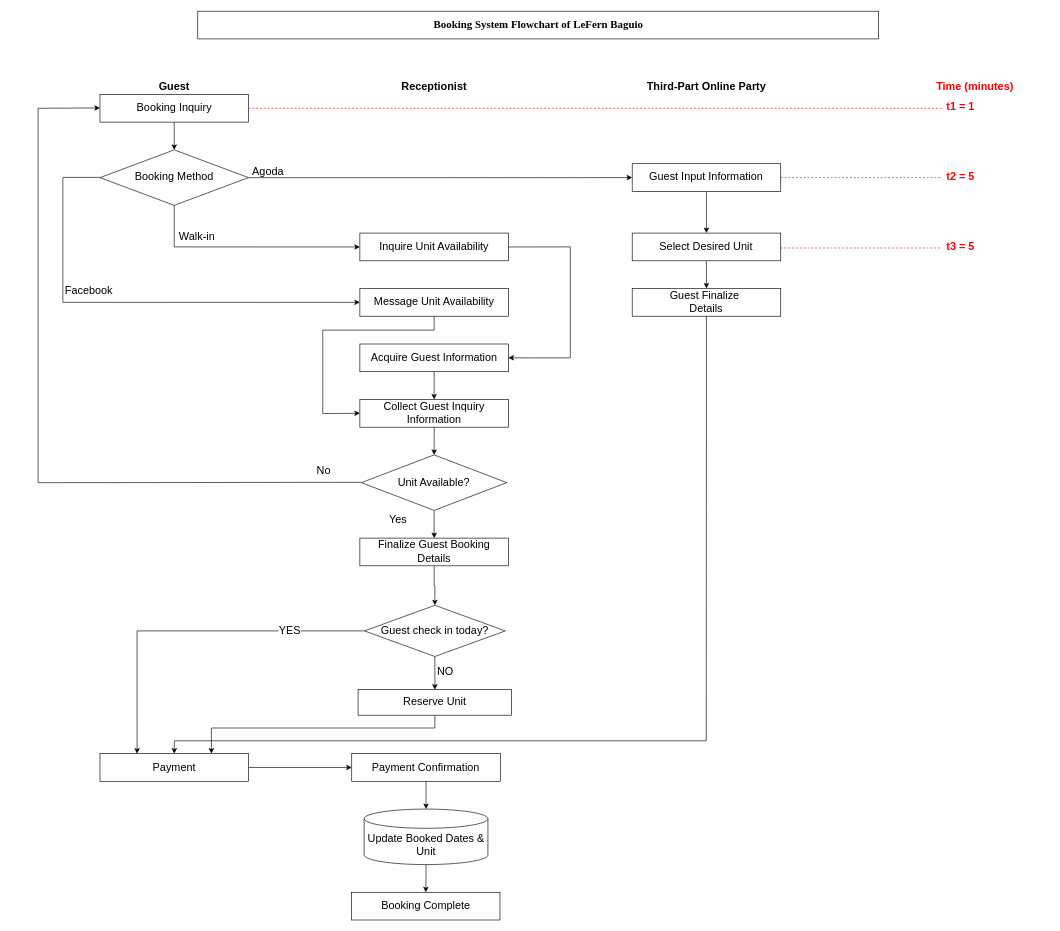
The draw.io diagram CC13/LeFernSystemFlowchartUpdated.drawio in doyaoencab/draw.io, before the edit. Source tidied: cells renumbered, new cells numbered last; positions are measured from the earlier drawing's top-left corner, leaving out a move shared by most shapes. Both pictures are drawn from the tidied source at 64%, with x=0, y=0 at pixel (38, 11).
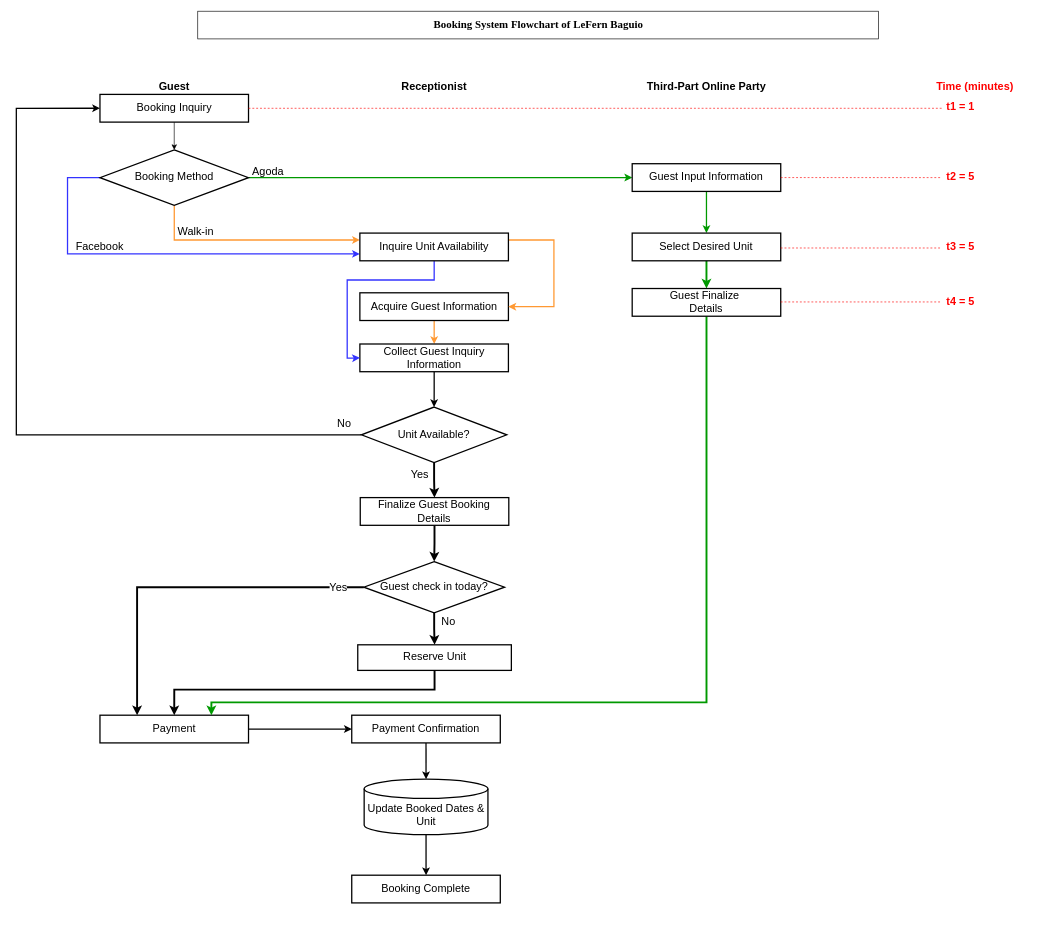
The same page after the edit.

Change to the diagram source:
```diff
@@
-    <mxCell id="2" style="edgeStyle=orthogonalEdgeStyle;rounded=0;jettySize=auto;html=1;fontSize=17;" parent="1" edge="1" source="3" target="4">
+    <mxCell id="2" style="edgeStyle=orthogonalEdgeStyle;rounded=0;jettySize=auto;html=1;fontSize=17;strokeWidth=2;" parent="1" edge="1" source="3" target="4">
       <mxGeometry relative="1" as="geometry" />
     </mxCell>
-    <mxCell id="3" value="Payment" style="whiteSpace=wrap;html=1;fontSize=17;" parent="1" vertex="1">
-      <mxGeometry x="96.7" y="1160" width="232.1" height="43.3" as="geometry" />
+    <mxCell id="3" value="Payment" style="whiteSpace=wrap;html=1;fontSize=17;strokeWidth=2;" parent="1" vertex="1">
+      <mxGeometry x="96.7" y="1100" width="232.1" height="43.3" as="geometry" />
     </mxCell>
-    <mxCell id="4" value="Payment Confirmation" style="whiteSpace=wrap;html=1;fontSize=17;" parent="1" vertex="1">
-      <mxGeometry x="490.1" y="1160" width="232.1" height="43.3" as="geometry" />
+    <mxCell id="4" value="Payment Confirmation" style="whiteSpace=wrap;html=1;fontSize=17;strokeWidth=2;" parent="1" vertex="1">
+      <mxGeometry x="490.1" y="1100" width="232.1" height="43.3" as="geometry" />
     </mxCell>
-    <mxCell id="5" style="edgeStyle=orthogonalEdgeStyle;rounded=0;jettySize=auto;html=1;fontSize=17;" parent="1" edge="1" source="6" target="8">
+    <mxCell id="5" style="edgeStyle=orthogonalEdgeStyle;rounded=0;jettySize=auto;html=1;fontSize=17;strokeWidth=2;" parent="1" edge="1" source="6" target="8">
       <mxGeometry relative="1" as="geometry" />
     </mxCell>
-    <mxCell id="6" value="Update Booked Dates &amp;amp; Unit" style="shape=cylinder3;whiteSpace=wrap;html=1;boundedLbl=1;backgroundOutline=1;size=15;fontSize=17;" parent="1" vertex="1">
-      <mxGeometry x="509.5" y="1246.7" width="193.4" height="86.7" as="geometry" />
+    <mxCell id="6" value="Update Booked Dates &amp;amp; Unit" style="shape=cylinder3;whiteSpace=wrap;html=1;boundedLbl=1;backgroundOutline=1;size=15;fontSize=17;strokeWidth=2;" parent="1" vertex="1">
+      <mxGeometry x="509.5" y="1200" width="193.4" height="86.7" as="geometry" />
     </mxCell>
-    <mxCell id="7" style="edgeStyle=none;jettySize=auto;html=1;rounded=0;entryX=0.5;entryY=0;entryDx=0;entryDy=0;entryPerimeter=0;exitX=0.5;exitY=1;exitDx=0;exitDy=0;fontSize=17;" parent="1" edge="1" source="4" target="6">
+    <mxCell id="7" style="edgeStyle=none;jettySize=auto;html=1;rounded=0;entryX=0.5;entryY=0;entryDx=0;entryDy=0;entryPerimeter=0;exitX=0.5;exitY=1;exitDx=0;exitDy=0;fontSize=17;strokeWidth=2;" parent="1" edge="1" source="4" target="6">
       <mxGeometry relative="1" as="geometry" />
     </mxCell>
-    <mxCell id="8" value="Booking Complete" style="whiteSpace=wrap;html=1;fontSize=17;" parent="1" vertex="1">
-      <mxGeometry x="489.6" y="1376.7" width="232.1" height="43.3" as="geometry" />
+    <mxCell id="8" value="Booking Complete" style="whiteSpace=wrap;html=1;fontSize=17;strokeWidth=2;" parent="1" vertex="1">
+      <mxGeometry x="490.1" y="1350" width="232.1" height="43.3" as="geometry" />
     </mxCell>
@@
-    <mxCell id="15" value="Booking Inquiry" style="whiteSpace=wrap;html=1;fontSize=17;" parent="1" vertex="1">
+    <mxCell id="15" value="Booking Inquiry" style="whiteSpace=wrap;html=1;fontSize=17;strokeWidth=2;" parent="1" vertex="1">
       <mxGeometry x="96.7" y="130" width="232.1" height="43.3" as="geometry" />
     </mxCell>
-    <mxCell id="16" style="edgeStyle=orthogonalEdgeStyle;rounded=0;jettySize=auto;html=1;fontSize=17;" parent="1" edge="1" source="17" target="19">
+    <mxCell id="16" style="edgeStyle=orthogonalEdgeStyle;rounded=0;jettySize=auto;html=1;fontSize=17;strokeColor=#009900;strokeWidth=2;" parent="1" edge="1" source="17" target="19">
       <mxGeometry relative="1" as="geometry" />
     </mxCell>
+    <mxCell id="69" style="edgeStyle=orthogonalEdgeStyle;rounded=0;jettySize=auto;html=1;entryX=0;entryY=0.75;entryDx=0;entryDy=0;strokeColor=#3333FF;strokeWidth=2;" parent="1" edge="1" source="17" target="44">
+      <mxGeometry relative="1" as="geometry">
+        <Array as="points">
+          <mxPoint x="46" y="260" />
+          <mxPoint x="46" y="379" />
+        </Array>
+      </mxGeometry>
+    </mxCell>
+    <mxCell id="70" style="edgeStyle=orthogonalEdgeStyle;rounded=0;jettySize=auto;html=1;entryX=0;entryY=0.25;entryDx=0;entryDy=0;strokeColor=light-dark(#FF9933,#EDEDED);strokeWidth=2;" parent="1" edge="1" source="17" target="44">
+      <mxGeometry relative="1" as="geometry">
+        <Array as="points">
+          <mxPoint x="213" y="357" />
+        </Array>
+      </mxGeometry>
+    </mxCell>
-    <mxCell id="17" value="Booking Method" style="rhombus;whiteSpace=wrap;html=1;fontSize=17;" parent="1" vertex="1">
+    <mxCell id="17" value="Booking Method" style="rhombus;whiteSpace=wrap;html=1;fontSize=17;strokeWidth=2;" parent="1" vertex="1">
       <mxGeometry x="96.7" y="216.7" width="232.1" height="86.7" as="geometry" />
     </mxCell>
-    <mxCell id="18" style="edgeStyle=orthogonalEdgeStyle;rounded=0;jettySize=auto;html=1;fontSize=17;" parent="1" edge="1" source="19" target="21">
+    <mxCell id="18" style="edgeStyle=orthogonalEdgeStyle;rounded=0;jettySize=auto;html=1;fontSize=17;strokeWidth=2;strokeColor=#009900;" parent="1" edge="1" source="19" target="21">
       <mxGeometry relative="1" as="geometry" />
     </mxCell>
-    <mxCell id="19" value="Guest Input Information" style="whiteSpace=wrap;html=1;fontSize=17;" parent="1" vertex="1">
+    <mxCell id="19" value="Guest Input Information" style="whiteSpace=wrap;html=1;fontSize=17;strokeWidth=2;" parent="1" vertex="1">
       <mxGeometry x="928.3" y="238.3" width="232.1" height="43.3" as="geometry" />
     </mxCell>
-    <mxCell id="20" style="edgeStyle=orthogonalEdgeStyle;rounded=0;jettySize=auto;html=1;fontSize=17;" parent="1" edge="1" source="21" target="22">
+    <mxCell id="20" style="edgeStyle=orthogonalEdgeStyle;rounded=0;jettySize=auto;html=1;fontSize=17;strokeWidth=3;strokeColor=#009900;" parent="1" edge="1" source="21" target="22">
       <mxGeometry relative="1" as="geometry" />
     </mxCell>
-    <mxCell id="21" value="Select Desired Unit" style="whiteSpace=wrap;html=1;fontSize=17;" parent="1" vertex="1">
+    <mxCell id="21" value="Select Desired Unit" style="whiteSpace=wrap;html=1;fontSize=17;strokeWidth=2;" parent="1" vertex="1">
       <mxGeometry x="928.3" y="346.7" width="232.1" height="43.3" as="geometry" />
     </mxCell>
+    <mxCell id="71" style="edgeStyle=orthogonalEdgeStyle;rounded=0;jettySize=auto;html=1;entryX=0.75;entryY=0;entryDx=0;entryDy=0;strokeWidth=3;strokeColor=#009900;" parent="1" edge="1" source="22" target="3">
+      <mxGeometry relative="1" as="geometry">
+        <Array as="points">
+          <mxPoint x="1044" y="1080" />
+          <mxPoint x="271" y="1080" />
+        </Array>
+      </mxGeometry>
+    </mxCell>
-    <mxCell id="22" value="Guest Finalize&amp;nbsp;&lt;div&gt;Details&lt;/div&gt;" style="whiteSpace=wrap;html=1;fontSize=17;" parent="1" vertex="1">
+    <mxCell id="22" value="Guest Finalize&amp;nbsp;&lt;div&gt;Details&lt;/div&gt;" style="whiteSpace=wrap;html=1;fontSize=17;strokeWidth=2;" parent="1" vertex="1">
       <mxGeometry x="928.3" y="433.3" width="232.1" height="43.3" as="geometry" />
     </mxCell>
-    <mxCell id="23" style="endArrow=none;html=1;rounded=0;entryX=0.5;entryY=1;entryDx=0;entryDy=0;fontSize=17;" parent="1" edge="1" target="17">
-      <mxGeometry relative="1" as="geometry">
-        <mxPoint x="212.7" y="368.3" as="sourcePoint" />
-      </mxGeometry>
-    </mxCell>
-    <mxCell id="24" style="edgeStyle=none;jettySize=auto;html=1;rounded=0;entryX=0;entryY=0.5;entryDx=0;entryDy=0;fontSize=17;" parent="1" edge="1" target="25">
-      <mxGeometry relative="1" as="geometry">
-        <mxPoint x="212.7" y="368.3" as="sourcePoint" />
-      </mxGeometry>
-    </mxCell>
-    <mxCell id="25" value="Inquire Unit Availability" style="whiteSpace=wrap;html=1;fontSize=17;" parent="1" vertex="1">
-      <mxGeometry x="502.8" y="346.7" width="232.1" height="43.3" as="geometry" />
-    </mxCell>
@@
     <mxCell id="27" value="Walk-in" style="text;html=1;align=center;verticalAlign=middle;strokeColor=none;fillColor=none;fontSize=17;" parent="1" vertex="1">
-      <mxGeometry x="207.7" y="337.8" width="80" height="30" as="geometry" />
+      <mxGeometry x="206" y="330" width="80" height="30" as="geometry" />
     </mxCell>
-    <mxCell id="28" style="endArrow=none;html=1;rounded=0;fontSize=17;" parent="1" edge="1">
-      <mxGeometry relative="1" as="geometry">
-        <mxPoint x="38.7" y="259.7" as="sourcePoint" />
-        <mxPoint x="96.7" y="259.7" as="targetPoint" />
-      </mxGeometry>
-    </mxCell>
-    <mxCell id="29" style="endArrow=none;html=1;rounded=0;fontSize=17;" parent="1" edge="1">
-      <mxGeometry relative="1" as="geometry">
-        <mxPoint x="38.7" y="260" as="sourcePoint" />
-        <mxPoint x="38.7" y="455" as="targetPoint" />
-      </mxGeometry>
-    </mxCell>
-    <mxCell id="30" style="edgeStyle=none;jettySize=auto;html=1;rounded=0;fontSize=17;" parent="1" edge="1" source="44">
-      <mxGeometry relative="1" as="geometry">
-        <mxPoint x="734.9" y="464.8" as="targetPoint" />
-      </mxGeometry>
-    </mxCell>
     <mxCell id="31" value="Facebook" style="text;html=1;align=center;verticalAlign=middle;strokeColor=none;fillColor=none;fontSize=17;" parent="1" vertex="1">
-      <mxGeometry x="28.7" y="422.5" width="100" height="30" as="geometry" />
+      <mxGeometry x="46" y="353.3" width="100" height="30" as="geometry" />
     </mxCell>
-    <mxCell id="32" style="edgeStyle=orthogonalEdgeStyle;rounded=0;jettySize=auto;html=1;fontSize=17;" parent="1" edge="1" source="33" target="38">
+    <mxCell id="32" style="edgeStyle=orthogonalEdgeStyle;rounded=0;jettySize=auto;html=1;fontSize=17;strokeWidth=2;strokeColor=#FF9933;" parent="1" edge="1" source="33" target="38">
       <mxGeometry relative="1" as="geometry" />
     </mxCell>
-    <mxCell id="33" value="Acquire Guest Information" style="whiteSpace=wrap;html=1;fontSize=17;" parent="1" vertex="1">
-      <mxGeometry x="502.8" y="520" width="232.1" height="43.3" as="geometry" />
+    <mxCell id="33" value="Acquire Guest Information" style="whiteSpace=wrap;html=1;fontSize=17;strokeWidth=2;" parent="1" vertex="1">
+      <mxGeometry x="502.8" y="440" width="232.1" height="43.3" as="geometry" />
     </mxCell>
-    <mxCell id="34" style="endArrow=none;html=1;rounded=0;exitX=1;exitY=0.5;exitDx=0;exitDy=0;fontSize=17;" parent="1" edge="1" source="25">
-      <mxGeometry relative="1" as="geometry">
-        <mxPoint x="831.6" y="368.3" as="targetPoint" />
-      </mxGeometry>
-    </mxCell>
-    <mxCell id="35" style="endArrow=none;html=1;rounded=0;fontSize=17;" parent="1" edge="1">
-      <mxGeometry relative="1" as="geometry">
-        <mxPoint x="831.6" y="541.7" as="sourcePoint" />
-        <mxPoint x="831.6" y="368.3" as="targetPoint" />
-      </mxGeometry>
-    </mxCell>
-    <mxCell id="36" style="edgeStyle=none;jettySize=auto;html=1;rounded=0;entryX=1;entryY=0.5;entryDx=0;entryDy=0;fontSize=17;" parent="1" edge="1" target="33">
-      <mxGeometry relative="1" as="geometry">
-        <mxPoint x="831.6" y="541.7" as="sourcePoint" />
-      </mxGeometry>
-    </mxCell>
-    <mxCell id="37" style="edgeStyle=orthogonalEdgeStyle;rounded=0;jettySize=auto;html=1;fontSize=17;" parent="1" edge="1" source="38" target="48">
+    <mxCell id="37" style="edgeStyle=orthogonalEdgeStyle;rounded=0;jettySize=auto;html=1;fontSize=17;strokeWidth=2;" parent="1" edge="1" source="38" target="48">
       <mxGeometry relative="1" as="geometry" />
     </mxCell>
-    <mxCell id="38" value="Collect Guest Inquiry Information" style="whiteSpace=wrap;html=1;fontSize=17;" parent="1" vertex="1">
-      <mxGeometry x="502.8" y="606.7" width="232.1" height="43.3" as="geometry" />
+    <mxCell id="38" value="Collect Guest Inquiry Information" style="whiteSpace=wrap;html=1;fontSize=17;strokeWidth=2;" parent="1" vertex="1">
+      <mxGeometry x="502.8" y="520" width="232.1" height="43.3" as="geometry" />
     </mxCell>
-    <mxCell id="39" style="endArrow=none;html=1;rounded=0;exitX=0.5;exitY=1;exitDx=0;exitDy=0;fontSize=17;" parent="1" edge="1" source="44">
-      <mxGeometry relative="1" as="geometry">
-        <mxPoint x="618.8" y="498.3" as="targetPoint" />
-      </mxGeometry>
-    </mxCell>
-    <mxCell id="40" style="edgeStyle=none;orthogonalLoop=1;jettySize=auto;html=1;rounded=0;fontSize=17;" parent="1" edge="1">
-      <mxGeometry relative="1" as="geometry">
-        <mxPoint x="444.8" y="628.7" as="sourcePoint" />
-        <mxPoint x="502.8" y="628.3" as="targetPoint" />
-      </mxGeometry>
-    </mxCell>
-    <mxCell id="41" style="endArrow=none;html=1;rounded=0;entryX=0.5;entryY=1;entryDx=0;entryDy=0;fontSize=17;" parent="1" edge="1" target="22">
-      <mxGeometry relative="1" as="geometry">
-        <mxPoint x="1044.3" y="628.3" as="sourcePoint" />
-      </mxGeometry>
-    </mxCell>
-    <mxCell id="42" style="edgeStyle=none;jettySize=auto;html=1;rounded=0;entryX=0.5;entryY=0;entryDx=0;entryDy=0;fontSize=17;" parent="1" edge="1" target="3">
-      <mxGeometry relative="1" as="geometry">
-        <mxPoint x="1044.3" y="628.3" as="sourcePoint" />
-        <Array as="points">
-          <mxPoint x="1044" y="1140" />
-          <mxPoint x="630" y="1140" />
-          <mxPoint x="420" y="1140" />
-          <mxPoint x="213" y="1140" />
-        </Array>
-      </mxGeometry>
-    </mxCell>
-    <mxCell id="43" style="edgeStyle=none;jettySize=auto;html=1;rounded=0;fontSize=17;" parent="1" edge="1" target="44">
-      <mxGeometry relative="1" as="geometry">
-        <mxPoint x="38.7" y="455" as="sourcePoint" />
-      </mxGeometry>
-    </mxCell>
+    <mxCell id="72" style="edgeStyle=orthogonalEdgeStyle;rounded=0;jettySize=auto;html=1;entryX=0;entryY=0.5;entryDx=0;entryDy=0;strokeWidth=2;strokeColor=#3333FF;" parent="1" edge="1" source="44" target="38">
+      <mxGeometry relative="1" as="geometry">
+        <Array as="points">
+          <mxPoint x="619" y="420" />
+          <mxPoint x="483" y="420" />
+          <mxPoint x="483" y="542" />
+          <mxPoint x="496" y="542" />
+        </Array>
+      </mxGeometry>
+    </mxCell>
+    <mxCell id="73" style="edgeStyle=orthogonalEdgeStyle;rounded=0;jettySize=auto;html=1;exitX=1;exitY=0.25;exitDx=0;exitDy=0;entryX=1;entryY=0.5;entryDx=0;entryDy=0;strokeColor=light-dark(#FF9933,#EDEDED);strokeWidth=2;" parent="1" edge="1" source="44" target="33">
+      <mxGeometry relative="1" as="geometry">
+        <Array as="points">
+          <mxPoint x="806" y="358" />
+          <mxPoint x="806" y="462" />
+        </Array>
+      </mxGeometry>
+    </mxCell>
-    <mxCell id="44" value="Message Unit Availability" style="whiteSpace=wrap;html=1;fontSize=17;" parent="1" vertex="1">
-      <mxGeometry x="502.8" y="433.3" width="232.1" height="43.3" as="geometry" />
+    <mxCell id="44" value="Inquire Unit Availability" style="whiteSpace=wrap;html=1;fontSize=17;strokeWidth=2;" parent="1" vertex="1">
+      <mxGeometry x="502.8" y="346.7" width="232.1" height="43.3" as="geometry" />
     </mxCell>
-    <mxCell id="45" style="endArrow=none;html=1;rounded=0;exitX=1;exitY=0.5;exitDx=0;exitDy=0;fontSize=17;" parent="1" edge="1">
-      <mxGeometry relative="1" as="geometry">
-        <mxPoint x="444.8" y="498.3" as="sourcePoint" />
-        <mxPoint x="618.8" y="498.3" as="targetPoint" />
-      </mxGeometry>
-    </mxCell>
-    <mxCell id="46" style="endArrow=none;html=1;rounded=0;entryX=0.5;entryY=1;entryDx=0;entryDy=0;fontSize=17;" parent="1" edge="1">
-      <mxGeometry relative="1" as="geometry">
-        <mxPoint x="444.8" y="628.3" as="sourcePoint" />
-        <mxPoint x="444.8" y="498.3" as="targetPoint" />
-      </mxGeometry>
-    </mxCell>
-    <mxCell id="47" style="edgeStyle=orthogonalEdgeStyle;rounded=0;jettySize=auto;html=1;fontSize=17;" parent="1" edge="1" source="48" target="54">
+    <mxCell id="47" style="edgeStyle=orthogonalEdgeStyle;rounded=0;jettySize=auto;html=1;fontSize=17;strokeWidth=3;" parent="1" edge="1" source="48" target="54">
       <mxGeometry relative="1" as="geometry" />
     </mxCell>
+    <mxCell id="74" style="edgeStyle=orthogonalEdgeStyle;rounded=0;jettySize=auto;html=1;entryX=0;entryY=0.5;entryDx=0;entryDy=0;strokeWidth=2;" parent="1" edge="1" source="48" target="15">
+      <mxGeometry relative="1" as="geometry">
+        <Array as="points">
+          <mxPoint x="-34" y="661" />
+          <mxPoint x="-34" y="152" />
+        </Array>
+      </mxGeometry>
+    </mxCell>
-    <mxCell id="48" value="Unit Available?" style="rhombus;whiteSpace=wrap;html=1;fontSize=17;" parent="1" vertex="1">
-      <mxGeometry x="505.2" y="693.3" width="227.2" height="86.7" as="geometry" />
+    <mxCell id="48" value="Unit Available?" style="rhombus;whiteSpace=wrap;html=1;fontSize=17;strokeWidth=2;" parent="1" vertex="1">
+      <mxGeometry x="505.2" y="618.5" width="227.2" height="86.7" as="geometry" />
     </mxCell>
-    <mxCell id="49" style="endArrow=none;html=1;rounded=0;fontSize=17;" parent="1" edge="1">
-      <mxGeometry relative="1" as="geometry">
-        <mxPoint y="736.7" as="sourcePoint" />
-        <mxPoint x="505.2" y="736.1" as="targetPoint" />
-      </mxGeometry>
-    </mxCell>
-    <mxCell id="50" style="endArrow=none;html=1;rounded=0;fontSize=17;" parent="1" edge="1">
-      <mxGeometry relative="1" as="geometry">
-        <mxPoint y="151.7" as="sourcePoint" />
-        <mxPoint y="736.7" as="targetPoint" />
-      </mxGeometry>
-    </mxCell>
-    <mxCell id="51" style="edgeStyle=none;orthogonalLoop=1;jettySize=auto;html=1;rounded=0;fontSize=17;" parent="1" edge="1">
-      <mxGeometry relative="1" as="geometry">
-        <mxPoint y="151.7" as="sourcePoint" />
-        <mxPoint x="96.7" y="151.1" as="targetPoint" />
-      </mxGeometry>
-    </mxCell>
-    <mxCell id="52" value="No" style="text;html=1;align=center;verticalAlign=middle;strokeColor=none;fillColor=none;fontSize=17;" parent="1" vertex="1">
-      <mxGeometry x="420.5" y="704.2" width="50" height="30" as="geometry" />
-    </mxCell>
-    <mxCell id="53" style="edgeStyle=orthogonalEdgeStyle;rounded=0;jettySize=auto;html=1;fontSize=17;" parent="1" edge="1" source="54" target="61">
+    <mxCell id="53" style="edgeStyle=orthogonalEdgeStyle;rounded=0;jettySize=auto;html=1;fontSize=17;strokeWidth=3;" parent="1" edge="1" source="54" target="61">
       <mxGeometry relative="1" as="geometry" />
     </mxCell>
-    <mxCell id="54" value="Finalize Guest Booking Details" style="whiteSpace=wrap;html=1;fontSize=17;" parent="1" vertex="1">
-      <mxGeometry x="502.8" y="823.3" width="232.1" height="43.3" as="geometry" />
+    <mxCell id="54" value="Finalize Guest Booking Details" style="whiteSpace=wrap;html=1;fontSize=17;strokeWidth=2;" parent="1" vertex="1">
+      <mxGeometry x="503.4" y="760" width="232.1" height="43.3" as="geometry" />
     </mxCell>
     <mxCell id="55" value="Yes" style="text;html=1;align=center;verticalAlign=middle;strokeColor=none;fillColor=none;fontSize=17;" parent="1" vertex="1">
-      <mxGeometry x="536.5" y="780" width="50" height="30" as="geometry" />
+      <mxGeometry x="571" y="710" width="50" height="30" as="geometry" />
     </mxCell>
@@
-    <mxCell id="58" style="edgeStyle=orthogonalEdgeStyle;rounded=0;jettySize=auto;html=1;entryX=0.25;entryY=0;entryDx=0;entryDy=0;fontSize=17;" parent="1" edge="1" source="61" target="3">
+    <mxCell id="58" style="edgeStyle=orthogonalEdgeStyle;rounded=0;jettySize=auto;html=1;entryX=0.25;entryY=0;entryDx=0;entryDy=0;fontSize=17;strokeWidth=3;" parent="1" edge="1" source="61" target="3">
       <mxGeometry relative="1" as="geometry" />
     </mxCell>
-    <mxCell id="59" value="YES" style="edgeLabel;html=1;align=center;verticalAlign=middle;fontSize=17;" parent="58" vertex="1">
+    <mxCell id="59" value="Yes" style="edgeLabel;html=1;align=center;verticalAlign=middle;fontSize=17;" parent="58" vertex="1">
       <mxGeometry x="-0.59" y="1" relative="1" as="geometry">
-        <mxPoint x="-6" y="-1" as="offset" />
+        <mxPoint x="74" y="-1" as="offset" />
       </mxGeometry>
     </mxCell>
-    <mxCell id="60" style="edgeStyle=orthogonalEdgeStyle;rounded=0;jettySize=auto;html=1;fontSize=17;" parent="1" edge="1" source="61" target="63">
+    <mxCell id="60" style="edgeStyle=orthogonalEdgeStyle;rounded=0;jettySize=auto;html=1;fontSize=17;strokeWidth=3;" parent="1" edge="1" source="61" target="63">
       <mxGeometry relative="1" as="geometry" />
     </mxCell>
-    <mxCell id="61" value="Guest check in today?" style="rhombus;whiteSpace=wrap;html=1;fontSize=17;" parent="1" vertex="1">
-      <mxGeometry x="510" y="928.3" width="220" height="80" as="geometry" />
+    <mxCell id="61" value="Guest check in today?" style="rhombus;whiteSpace=wrap;html=1;fontSize=17;strokeWidth=2;" parent="1" vertex="1">
+      <mxGeometry x="508.9" y="860" width="220" height="80" as="geometry" />
     </mxCell>
-    <mxCell id="62" style="edgeStyle=orthogonalEdgeStyle;rounded=0;jettySize=auto;html=1;entryX=0.75;entryY=0;entryDx=0;entryDy=0;exitX=0.5;exitY=1;exitDx=0;exitDy=0;fontSize=17;" parent="1" edge="1" source="63" target="3">
+    <mxCell id="62" style="edgeStyle=orthogonalEdgeStyle;rounded=0;jettySize=auto;html=1;entryX=0.5;entryY=0;entryDx=0;entryDy=0;exitX=0.5;exitY=1;exitDx=0;exitDy=0;fontSize=17;strokeWidth=3;" parent="1" edge="1" source="63" target="3">
       <mxGeometry relative="1" as="geometry">
         <Array as="points">
-          <mxPoint x="620" y="1120" />
-          <mxPoint x="271" y="1120" />
+          <mxPoint x="620" y="1060" />
+          <mxPoint x="213" y="1060" />
         </Array>
       </mxGeometry>
     </mxCell>
-    <mxCell id="63" value="Reserve Unit" style="whiteSpace=wrap;html=1;fontSize=17;" parent="1" vertex="1">
-      <mxGeometry x="500" y="1060" width="240" height="40" as="geometry" />
+    <mxCell id="63" value="Reserve Unit" style="whiteSpace=wrap;html=1;fontSize=17;strokeWidth=2;" parent="1" vertex="1">
+      <mxGeometry x="499.5" y="990" width="240" height="40" as="geometry" />
     </mxCell>
-    <mxCell id="64" value="NO" style="text;html=1;align=center;verticalAlign=middle;strokeColor=none;fillColor=none;fontSize=17;" parent="1" vertex="1">
-      <mxGeometry x="611" y="1018" width="50" height="30" as="geometry" />
+    <mxCell id="64" value="No" style="text;html=1;align=center;verticalAlign=middle;strokeColor=none;fillColor=none;fontSize=17;" parent="1" vertex="1">
+      <mxGeometry x="616" y="940" width="50" height="30" as="geometry" />
     </mxCell>
@@
+    <mxCell id="52" value="No" style="text;html=1;align=center;verticalAlign=middle;strokeColor=none;fillColor=none;fontSize=17;" parent="1" vertex="1">
+      <mxGeometry x="452.8" y="630" width="50" height="30" as="geometry" />
+    </mxCell>
+    <mxCell id="75" style="endArrow=none;dashed=1;html=1;rounded=0;exitX=1;exitY=0.5;exitDx=0;exitDy=0;fontColor=#FF0000;strokeColor=light-dark(#ff0000, #ededed);" parent="1" edge="1">
+      <mxGeometry relative="1" as="geometry">
+        <mxPoint x="1160.3" y="454.3" as="sourcePoint" />
+        <mxPoint x="1410.3" y="454.3" as="targetPoint" />
+      </mxGeometry>
+    </mxCell>
+    <mxCell id="76" value="&lt;b&gt;t4 = 5&lt;/b&gt;" style="text;html=1;align=center;verticalAlign=middle;strokeColor=none;fillColor=none;fontColor=#FF0000;fontSize=17;" parent="1" vertex="1">
+      <mxGeometry x="1405.6" y="440" width="70" height="30" as="geometry" />
+    </mxCell>
```
